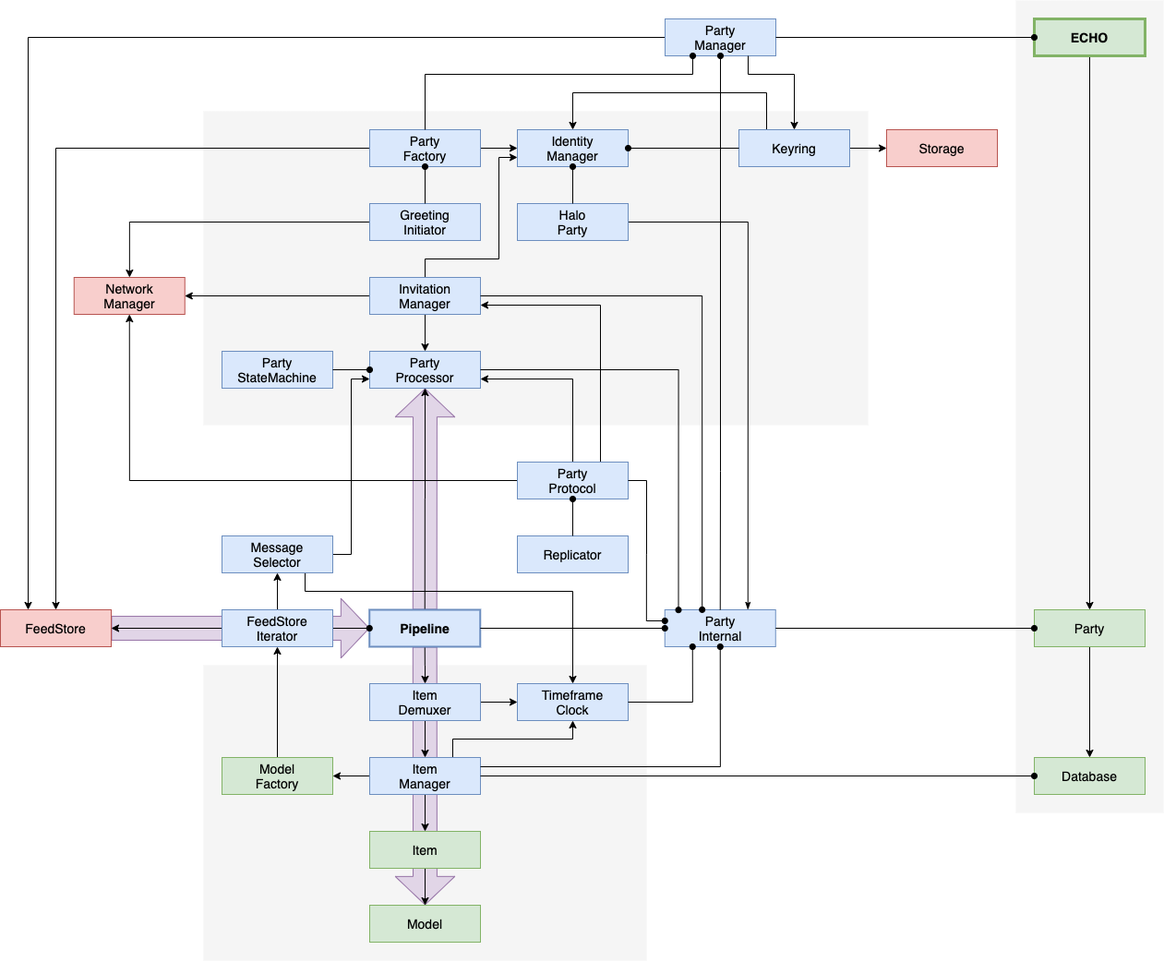
Earlier version of the draw.io export docs/content/diagrams/data-processing-2.png (dxos/dxos). Source tidied: cells renumbered, new cells last; positions are measured from the earlier drawing's top-left corner, leaving out a move shared by most shapes.
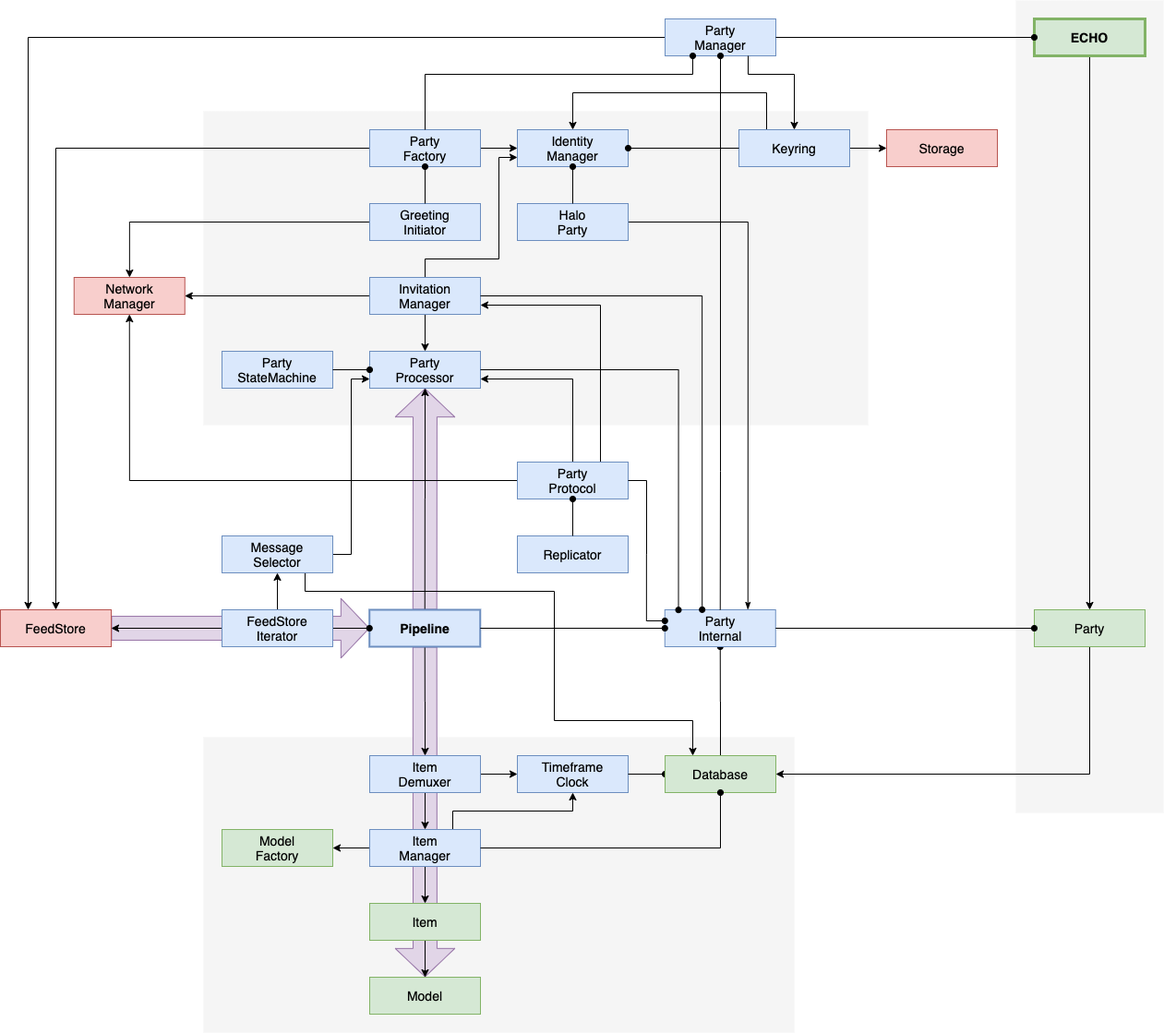
The same diagram one commit later.

Diff of the diagram source:
```diff
@@ -11,7 +11,7 @@
       </mxGeometry>
     </mxCell>
     <mxCell id="4" style="rounded=0;whiteSpace=wrap;html=1;fontSize=14;fontFamily=Helvetica;fontStyle=0;fillColor=#f5f5f5;dashed=1;fontColor=#333333;strokeColor=none;" parent="1" vertex="1">
-      <mxGeometry x="220" y="720" width="480" height="320" as="geometry" />
+      <mxGeometry x="220" y="798" width="640" height="320" as="geometry" />
     </mxCell>
     <mxCell id="5" style="shape=flexArrow;endArrow=classic;html=1;fillColor=#e1d5e7;strokeColor=#9673a6;endWidth=37.64705882352941;endSize=9.882352941176471;width=25.88235294117647;exitX=0.5;exitY=1;exitDx=0;exitDy=0;entryX=0.5;entryY=0;entryDx=0;entryDy=0;" parent="1" edge="1" source="20" target="17">
       <mxGeometry relative="1" as="geometry" />
@@ -36,6 +36,9 @@
     <mxCell id="10" value="Party&lt;br&gt;Manager" style="rounded=0;whiteSpace=wrap;html=1;fontSize=14;fontFamily=Helvetica;fillColor=#dae8fc;strokeColor=#6c8ebf;fontStyle=0;strokeWidth=1;" parent="1" vertex="1">
       <mxGeometry x="720" y="20" width="120" height="40" as="geometry" />
     </mxCell>
+    <mxCell id="82" style="edgeStyle=orthogonalEdgeStyle;rounded=0;jettySize=auto;html=1;exitX=0.5;exitY=1;exitDx=0;exitDy=0;entryX=0.5;entryY=0;entryDx=0;entryDy=0;endFill=0;endArrow=none;startFill=1;startArrow=oval;" parent="1" edge="1" source="11" target="52">
+      <mxGeometry relative="1" as="geometry" />
+    </mxCell>
     <mxCell id="11" value="Party&lt;br&gt;Internal" style="rounded=0;whiteSpace=wrap;html=1;fontSize=14;fontFamily=Helvetica;fillColor=#dae8fc;strokeColor=#6c8ebf;fontStyle=0;strokeWidth=1;" parent="1" vertex="1">
       <mxGeometry x="719.8" y="660" width="120" height="40" as="geometry" />
     </mxCell>
@@ -52,10 +55,10 @@
       <mxGeometry relative="1" as="geometry" />
     </mxCell>
     <mxCell id="16" value="Item" style="rounded=0;whiteSpace=wrap;html=1;fontSize=14;fontFamily=Helvetica;fillColor=#d5e8d4;strokeColor=#82b366;fontStyle=0;strokeWidth=1;" parent="1" vertex="1">
-      <mxGeometry x="400" y="900" width="120" height="40" as="geometry" />
+      <mxGeometry x="400" y="978" width="120" height="40" as="geometry" />
     </mxCell>
     <mxCell id="17" value="Model" style="rounded=0;whiteSpace=wrap;html=1;fontSize=14;fontFamily=Helvetica;fillColor=#d5e8d4;strokeColor=#82b366;fontStyle=0;strokeWidth=1;" parent="1" vertex="1">
-      <mxGeometry x="400" y="980" width="120" height="40" as="geometry" />
+      <mxGeometry x="400" y="1058" width="120" height="40" as="geometry" />
     </mxCell>
     <mxCell id="18" style="edgeStyle=orthogonalEdgeStyle;rounded=0;jettySize=auto;html=1;exitX=0.5;exitY=1;exitDx=0;exitDy=0;" parent="1" edge="1" source="20" target="46">
       <mxGeometry relative="1" as="geometry" />
@@ -73,7 +76,7 @@
       <mxGeometry x="240" y="380" width="120" height="40" as="geometry" />
     </mxCell>
     <mxCell id="23" value="Timeframe&lt;br&gt;Clock" style="rounded=0;whiteSpace=wrap;html=1;fontSize=14;fontFamily=Helvetica;fillColor=#dae8fc;strokeColor=#6c8ebf;fontStyle=0;strokeWidth=1;" parent="1" vertex="1">
-      <mxGeometry x="560" y="740" width="120" height="40" as="geometry" />
+      <mxGeometry x="560" y="818" width="120" height="40" as="geometry" />
     </mxCell>
     <mxCell id="24" value="Identity&lt;br&gt;Manager" style="rounded=0;whiteSpace=wrap;html=1;fontSize=14;fontFamily=Helvetica;fillColor=#dae8fc;strokeColor=#6c8ebf;fontStyle=0;strokeWidth=1;" parent="1" vertex="1">
       <mxGeometry x="560" y="140" width="120" height="40" as="geometry" />
@@ -110,11 +113,8 @@
     <mxCell id="32" value="Party&lt;br&gt;Factory" style="rounded=0;whiteSpace=wrap;html=1;fontSize=14;fontFamily=Helvetica;fillColor=#dae8fc;strokeColor=#6c8ebf;fontStyle=0;strokeWidth=1;" parent="1" vertex="1">
       <mxGeometry x="400" y="140" width="120" height="40" as="geometry" />
     </mxCell>
-    <mxCell id="33" style="edgeStyle=orthogonalEdgeStyle;rounded=0;jettySize=auto;html=1;" parent="1" edge="1" source="34" target="81">
-      <mxGeometry relative="1" as="geometry" />
-    </mxCell>
     <mxCell id="34" value="Model&lt;br&gt;Factory" style="rounded=0;whiteSpace=wrap;html=1;fontSize=14;fontFamily=Helvetica;fillColor=#d5e8d4;strokeColor=#82b366;fontStyle=0;strokeWidth=1;" parent="1" vertex="1">
-      <mxGeometry x="240" y="820" width="120" height="40" as="geometry" />
+      <mxGeometry x="240" y="898" width="120" height="40" as="geometry" />
     </mxCell>
     <mxCell id="35" value="Network&lt;br&gt;Manager" style="rounded=0;whiteSpace=wrap;html=1;fontSize=14;fontFamily=Helvetica;fillColor=#f8cecc;strokeColor=#b85450;fontStyle=0;strokeWidth=1;" parent="1" vertex="1">
       <mxGeometry x="79.8" y="300" width="120" height="40" as="geometry" />
@@ -156,7 +156,7 @@
       <mxGeometry relative="1" as="geometry" />
     </mxCell>
     <mxCell id="46" value="Item&lt;br&gt;Demuxer" style="rounded=0;whiteSpace=wrap;html=1;fontSize=14;fontFamily=Helvetica;fillColor=#dae8fc;strokeColor=#6c8ebf;fontStyle=0;strokeWidth=1;" parent="1" vertex="1">
-      <mxGeometry x="400" y="740" width="120" height="40" as="geometry" />
+      <mxGeometry x="400" y="818" width="120" height="40" as="geometry" />
     </mxCell>
     <mxCell id="47" value="Storage" style="rounded=0;whiteSpace=wrap;html=1;fontSize=14;fontFamily=Helvetica;fillColor=#f8cecc;strokeColor=#b85450;fontStyle=0;strokeWidth=1;" parent="1" vertex="1">
       <mxGeometry x="960" y="140" width="120" height="40" as="geometry" />
@@ -167,23 +167,28 @@
     <mxCell id="49" value="ECHO" style="rounded=0;whiteSpace=wrap;html=1;fontSize=14;fontFamily=Helvetica;fillColor=#d5e8d4;strokeColor=#82b366;fontStyle=1;strokeWidth=3;" parent="1" vertex="1">
       <mxGeometry x="1120" y="20" width="120" height="40" as="geometry" />
     </mxCell>
-    <mxCell id="50" style="edgeStyle=orthogonalEdgeStyle;rounded=0;jettySize=auto;html=1;exitX=0.5;exitY=1;exitDx=0;exitDy=0;" parent="1" edge="1" source="51" target="52">
+    <mxCell id="50" style="edgeStyle=orthogonalEdgeStyle;rounded=0;jettySize=auto;html=1;exitX=0.5;exitY=1;exitDx=0;exitDy=0;entryX=1;entryY=0.5;entryDx=0;entryDy=0;" parent="1" edge="1" source="51" target="52">
       <mxGeometry relative="1" as="geometry" />
     </mxCell>
     <mxCell id="51" value="Party" style="rounded=0;whiteSpace=wrap;html=1;fontSize=14;fontFamily=Helvetica;fillColor=#d5e8d4;strokeColor=#82b366;fontStyle=0;strokeWidth=1;" parent="1" vertex="1">
       <mxGeometry x="1120" y="660" width="120" height="40" as="geometry" />
     </mxCell>
+    <mxCell id="83" style="edgeStyle=orthogonalEdgeStyle;rounded=0;jettySize=auto;html=1;exitX=0;exitY=0.5;exitDx=0;exitDy=0;entryX=1;entryY=0.5;entryDx=0;entryDy=0;endFill=0;endArrow=none;startFill=1;startArrow=oval;" parent="1" edge="1" source="52" target="23">
+      <mxGeometry relative="1" as="geometry" />
+    </mxCell>
     <mxCell id="52" value="Database" style="rounded=0;whiteSpace=wrap;html=1;fontSize=14;fontFamily=Helvetica;fillColor=#d5e8d4;strokeColor=#82b366;fontStyle=0;strokeWidth=1;" parent="1" vertex="1">
-      <mxGeometry x="1120" y="820" width="120" height="40" as="geometry" />
+      <mxGeometry x="720" y="818" width="120" height="40" as="geometry" />
     </mxCell>
     <mxCell id="53" style="edgeStyle=orthogonalEdgeStyle;rounded=0;orthogonalLoop=1;jettySize=auto;html=1;exitX=0.5;exitY=1;exitDx=0;exitDy=0;" parent="1" edge="1" source="62" target="62">
       <mxGeometry relative="1" as="geometry" />
     </mxCell>
-    <mxCell id="54" style="edgeStyle=orthogonalEdgeStyle;rounded=0;jettySize=auto;html=1;exitX=0.75;exitY=1;exitDx=0;exitDy=0;" parent="1" edge="1" source="56" target="23">
+    <mxCell id="54" style="edgeStyle=orthogonalEdgeStyle;rounded=0;jettySize=auto;html=1;exitX=0.75;exitY=1;exitDx=0;exitDy=0;entryX=0.25;entryY=0;entryDx=0;entryDy=0;" parent="1" edge="1" source="56" target="52">
       <mxGeometry relative="1" as="geometry">
         <Array as="points">
           <mxPoint x="330" y="640" />
-          <mxPoint x="620" y="640" />
+          <mxPoint x="600" y="640" />
+          <mxPoint x="600" y="780" />
+          <mxPoint x="750" y="780" />
         </Array>
       </mxGeometry>
     </mxCell>
@@ -206,7 +211,7 @@
       <mxGeometry y="660" width="120" height="40" as="geometry" />
     </mxCell>
     <mxCell id="61" value="Item&lt;br&gt;Manager" style="rounded=0;whiteSpace=wrap;html=1;fontSize=14;fontFamily=Helvetica;fillColor=#dae8fc;strokeColor=#6c8ebf;fontStyle=0;strokeWidth=1;" parent="1" vertex="1">
-      <mxGeometry x="400" y="820" width="120" height="40" as="geometry" />
+      <mxGeometry x="400" y="898" width="120" height="40" as="geometry" />
     </mxCell>
     <mxCell id="62" value="Keyring" style="rounded=0;whiteSpace=wrap;html=1;fontSize=14;fontFamily=Helvetica;fillColor=#dae8fc;strokeColor=#6c8ebf;fontStyle=0;strokeWidth=1;" parent="1" vertex="1">
       <mxGeometry x="800" y="140" width="120" height="40" as="geometry" />
@@ -230,7 +235,7 @@
     <mxCell id="65" style="edgeStyle=orthogonalEdgeStyle;rounded=0;jettySize=auto;html=1;exitX=0;exitY=0.5;exitDx=0;exitDy=0;entryX=1;entryY=0.5;entryDx=0;entryDy=0;startArrow=oval;startFill=1;endArrow=none;endFill=0;" parent="1" edge="1" source="51" target="11">
       <mxGeometry relative="1" as="geometry" />
     </mxCell>
-    <mxCell id="66" style="edgeStyle=orthogonalEdgeStyle;rounded=0;jettySize=auto;html=1;exitX=0;exitY=0.5;exitDx=0;exitDy=0;entryX=1;entryY=0.5;entryDx=0;entryDy=0;startArrow=oval;startFill=1;endArrow=none;endFill=0;" parent="1" edge="1" source="52" target="61">
+    <mxCell id="66" style="edgeStyle=orthogonalEdgeStyle;rounded=0;jettySize=auto;html=1;exitX=0.5;exitY=1;exitDx=0;exitDy=0;entryX=1;entryY=0.5;entryDx=0;entryDy=0;startArrow=oval;startFill=1;endArrow=none;endFill=0;" parent="1" edge="1" source="52" target="61">
       <mxGeometry relative="1" as="geometry" />
     </mxCell>
     <mxCell id="67" style="edgeStyle=orthogonalEdgeStyle;rounded=0;jettySize=auto;html=1;exitX=0;exitY=0.5;exitDx=0;exitDy=0;endArrow=none;endFill=0;startArrow=oval;startFill=1;" parent="1" edge="1" source="49" target="10">
@@ -260,15 +265,9 @@
     <mxCell id="75" style="edgeStyle=orthogonalEdgeStyle;rounded=0;jettySize=auto;html=1;exitX=0.123;exitY=0.004;exitDx=0;exitDy=0;entryX=1;entryY=0.5;entryDx=0;entryDy=0;strokeWidth=1;endFill=0;endArrow=none;startFill=1;startArrow=oval;exitPerimeter=0;" parent="1" edge="1" source="11" target="21">
       <mxGeometry relative="1" as="geometry" />
     </mxCell>
-    <mxCell id="76" style="edgeStyle=orthogonalEdgeStyle;rounded=0;jettySize=auto;html=1;exitX=0.5;exitY=1;exitDx=0;exitDy=0;entryX=1;entryY=0.25;entryDx=0;entryDy=0;strokeWidth=1;endFill=0;endArrow=none;startFill=1;startArrow=oval;" parent="1" edge="1" source="11" target="61">
-      <mxGeometry relative="1" as="geometry" />
-    </mxCell>
     <mxCell id="77" style="edgeStyle=orthogonalEdgeStyle;rounded=0;jettySize=auto;html=1;exitX=0.337;exitY=-0.003;exitDx=0;exitDy=0;entryX=1;entryY=0.5;entryDx=0;entryDy=0;strokeWidth=1;endFill=0;endArrow=none;startFill=1;startArrow=oval;exitPerimeter=0;" parent="1" edge="1" source="11" target="41">
       <mxGeometry relative="1" as="geometry" />
     </mxCell>
-    <mxCell id="78" style="edgeStyle=orthogonalEdgeStyle;rounded=0;jettySize=auto;html=1;exitX=0.25;exitY=1;exitDx=0;exitDy=0;entryX=1;entryY=0.5;entryDx=0;entryDy=0;startArrow=oval;startFill=1;endArrow=none;endFill=0;strokeWidth=1;" parent="1" edge="1" source="11" target="23">
-      <mxGeometry relative="1" as="geometry" />
-    </mxCell>
     <mxCell id="79" style="edgeStyle=orthogonalEdgeStyle;rounded=0;jettySize=auto;html=1;exitX=0.5;exitY=1;exitDx=0;exitDy=0;startArrow=oval;startFill=1;endArrow=none;endFill=0;strokeWidth=1;entryX=0.5;entryY=0;entryDx=0;entryDy=0;" parent="1" edge="1" source="10" target="11">
       <mxGeometry relative="1" as="geometry">
         <Array as="points">
```
